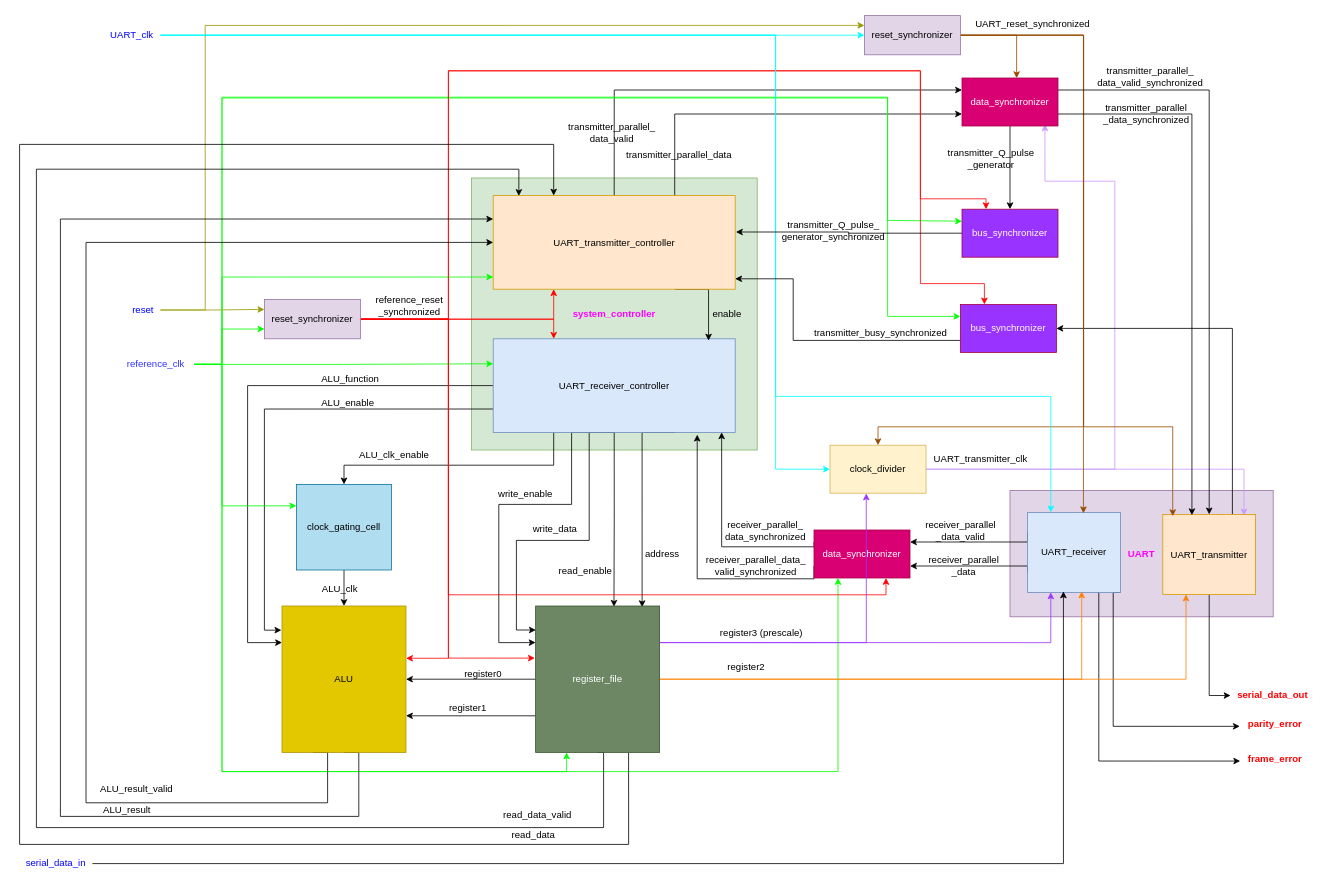
Before: page "PrUcess" (1 of 12) of system_design/Design.drawio in mostafa-elgendy22/PrUcess, a draw.io diagram. Source tidied: cells renumbered, new cells numbered last; positions are measured from the earlier drawing's top-left corner, leaving out a move shared by most shapes. Both pictures are drawn from the tidied source at 80%, with x=0, y=0 at pixel (18, 14).
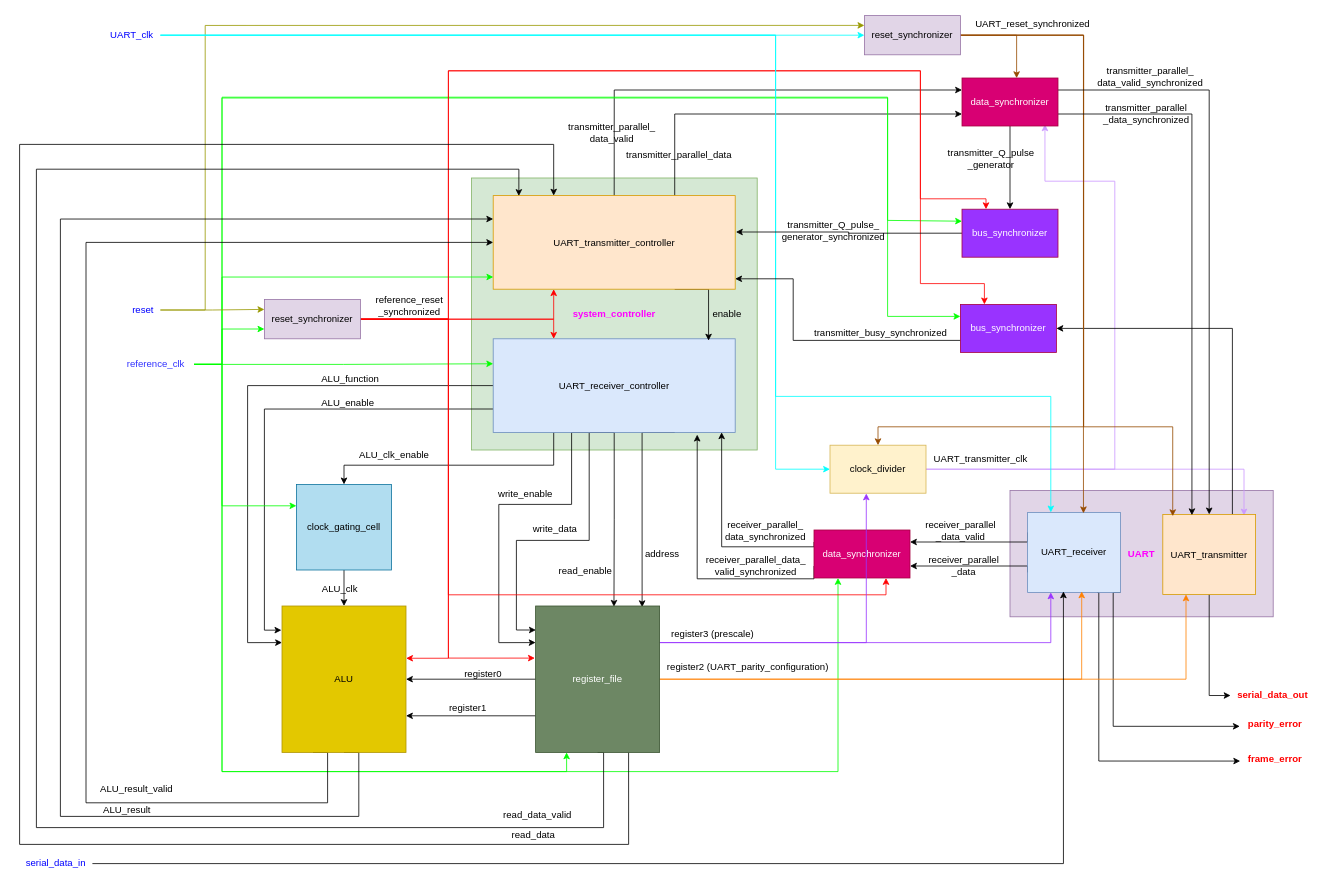
After the change.

What changed in the source:
```diff
@@
-    <mxCell id="74" value="register2" style="text;html=1;align=center;verticalAlign=middle;strokeColor=none;fillColor=none;fontSize=12;fontColor=#000000;" parent="1" vertex="1">
-      <mxGeometry x="877" y="804" width="65" height="26" as="geometry" />
+    <mxCell id="74" value="register2 (UART_parity_configuration)" style="text;html=1;align=center;verticalAlign=middle;strokeColor=none;fillColor=none;fontSize=12;fontColor=#000000;" parent="1" vertex="1">
+      <mxGeometry x="802" y="804" width="220" height="26" as="geometry" />
     </mxCell>
     <mxCell id="75" value="register3 (prescale)" style="text;html=1;align=center;verticalAlign=middle;strokeColor=none;fillColor=none;fontSize=12;fontColor=#000000;" parent="1" vertex="1">
-      <mxGeometry x="868" y="760.5" width="121" height="26" as="geometry" />
+      <mxGeometry x="807" y="762" width="121" height="26" as="geometry" />
     </mxCell>
```
